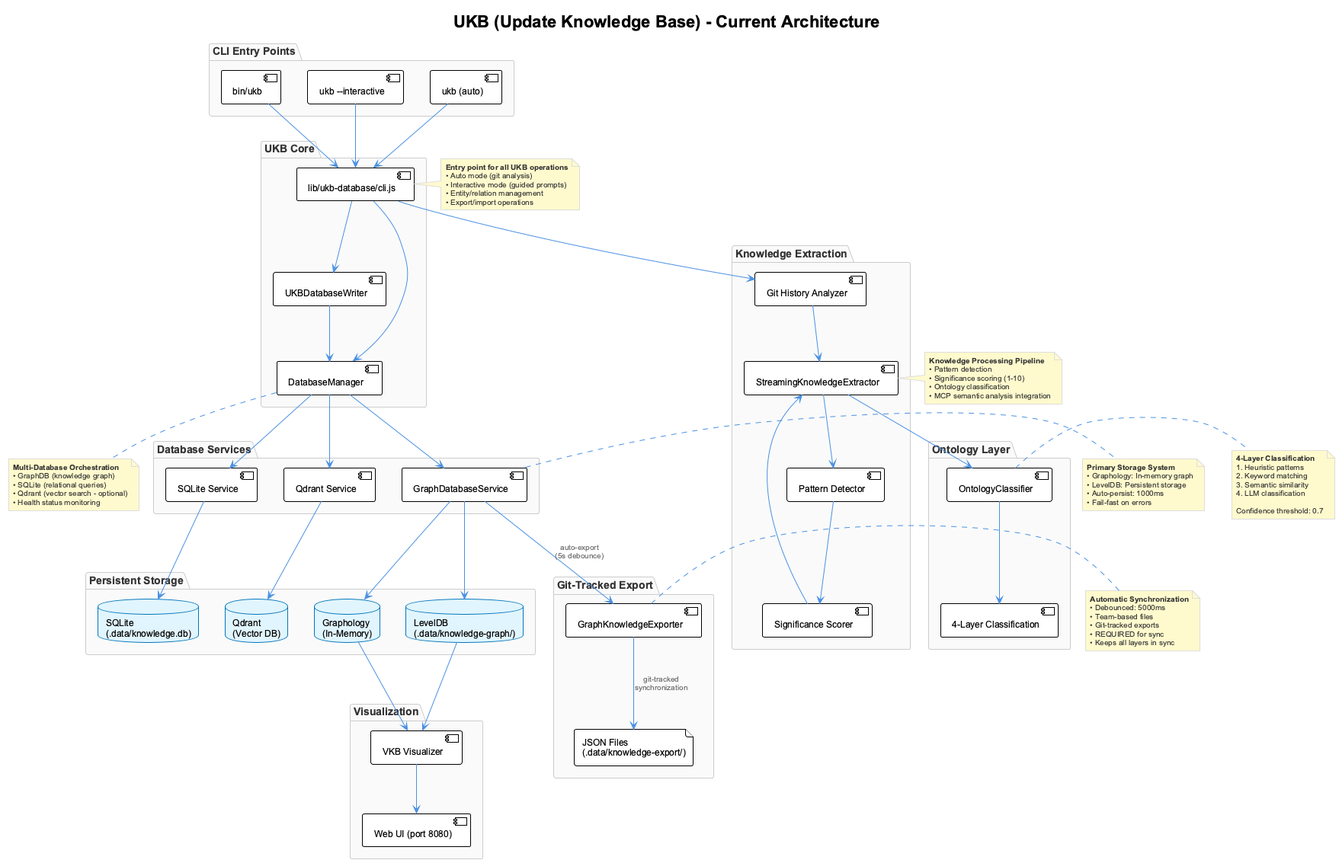
Earlier version of the PlantUML export docs/images/ukb-architecture.png (fwornle/coding).
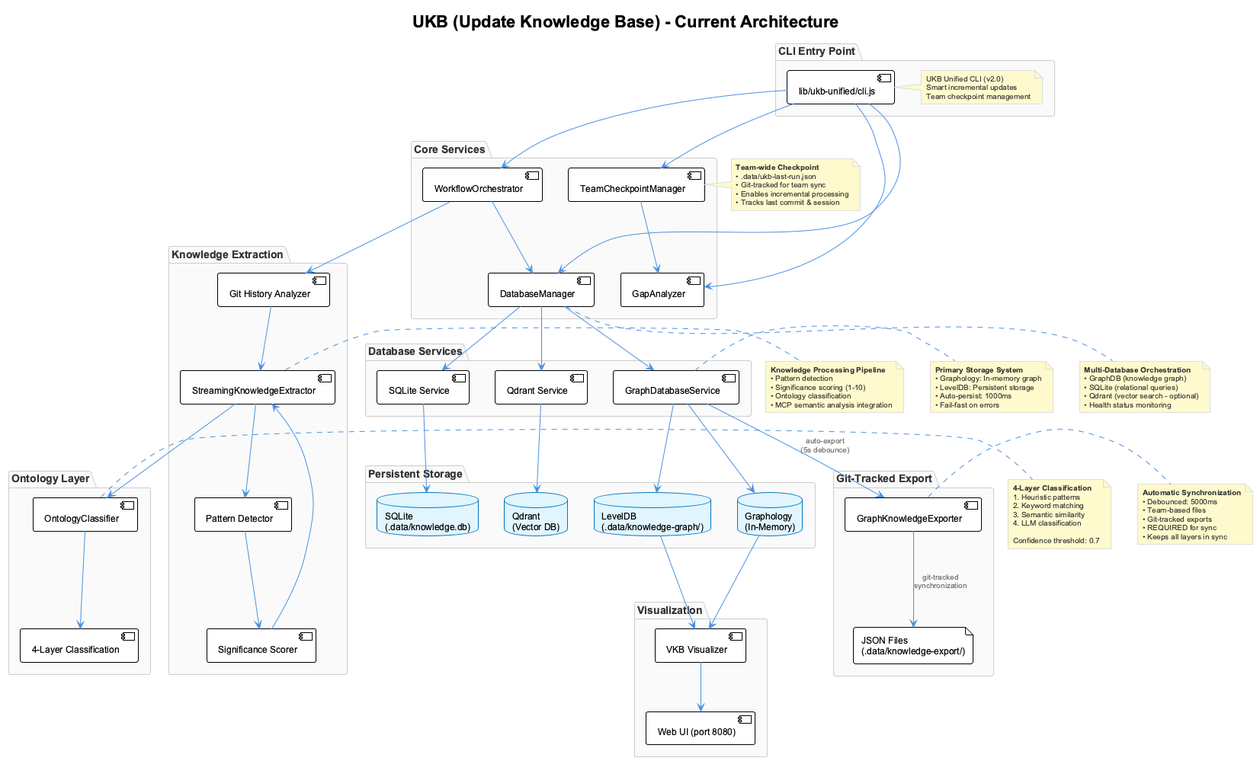
After the commit.

Change to the diagram source:
```diff
@@ -5,16 +5,20 @@
 
 top to bottom direction
 
-package "CLI Entry Points" {
-  [bin/ukb] as ukb_bin
-  [ukb --interactive] as interactive
-  [ukb (auto)] as auto
+package "CLI Entry Point" {
+  [lib/ukb-unified/cli.js] as cli
+  note right of cli
+    UKB Unified CLI (v2.0)
+    Smart incremental updates
+    Team checkpoint management
+  end note
 }
 
-package "UKB Core" {
-  [lib/ukb-database/cli.js] as cli
+package "Core Services" {
+  [TeamCheckpointManager] as checkpoint
+  [GapAnalyzer] as gap
+  [WorkflowOrchestrator] as orchestrator
   [DatabaseManager] as db_mgr
-  [UKBDatabaseWriter] as writer
 }
 
 package "Knowledge Extraction" {
@@ -52,13 +56,12 @@
   [Web UI (port 8080)] as web
 }
 
-ukb_bin --> cli
-interactive --> cli
-auto --> cli
-
+cli --> checkpoint
+cli --> gap
+cli --> orchestrator
 cli --> db_mgr
-cli --> writer
-cli --> git_analyzer
+orchestrator --> db_mgr
+orchestrator --> git_analyzer
 
 git_analyzer --> extractor
 extractor --> pattern
@@ -72,7 +75,7 @@
 db_mgr --> sqlite
 db_mgr --> qdrant
 
-writer --> db_mgr
+checkpoint --> gap
 
 graph_db --> graphology
 graph_db --> leveldb
@@ -86,12 +89,12 @@
 graphology --> vkb
 vkb --> web
 
-note right of cli
-  **Entry point for all UKB operations**
-  • Auto mode (git analysis)
-  • Interactive mode (guided prompts)
-  • Entity/relation management
-  • Export/import operations
+note right of checkpoint
+  **Team-wide Checkpoint**
+  • .data/ukb-last-run.json
+  • Git-tracked for team sync
+  • Enables incremental processing
+  • Tracks last commit & session
 end note
 
 note right of graph_db
```
